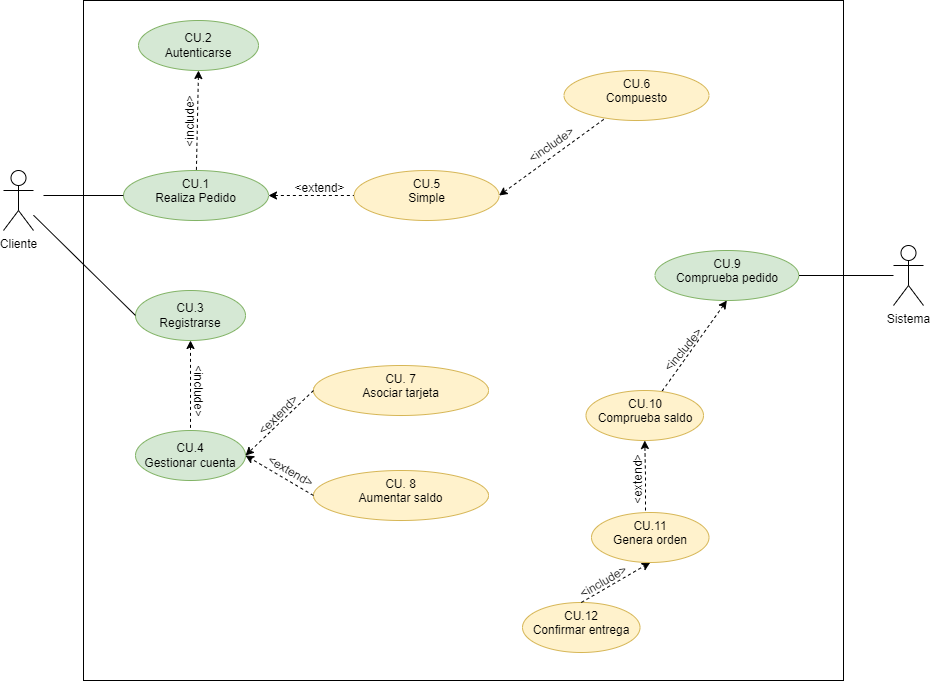
Above: Tareas/casosUso/Tarea5-Tienda Virtual/img/TiendaVirtual.drawio.png in colidom/ets (draw.io), before the change. Source tidied: cells renumbered, new cells last; positions are measured from the earlier drawing's top-left corner, leaving out a move shared by most shapes.
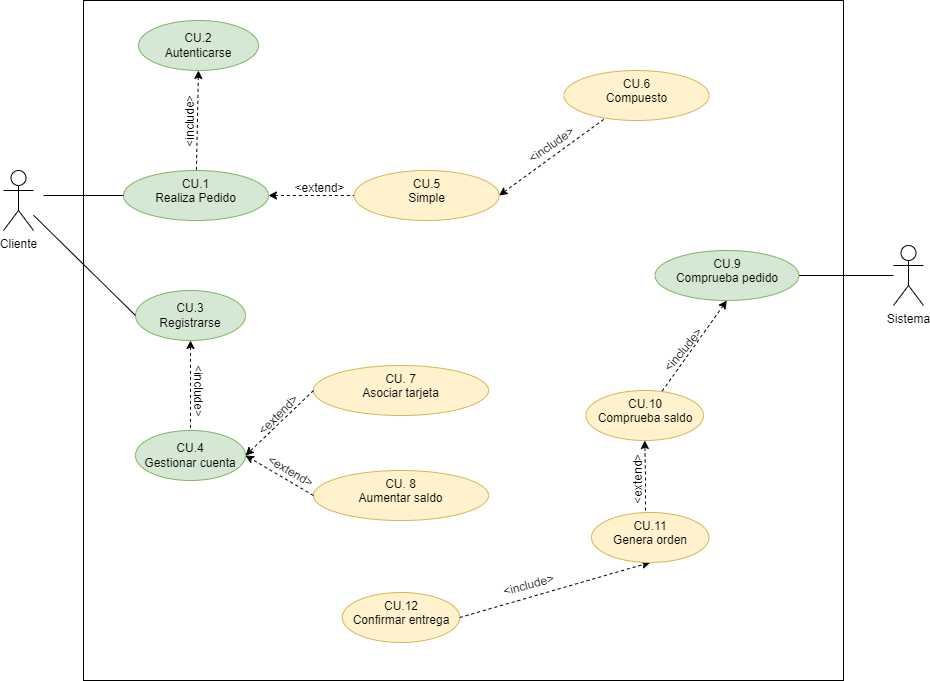
After the change.

Change to the diagram source:
```diff
@@ -94,9 +94,9 @@
       <mxGeometry x="582.5" y="390" width="117.5" height="50" as="geometry" />
     </mxCell>
     <mxCell id="31" value="&lt;div&gt;CU.12&lt;/div&gt;&lt;div&gt;Confirmar entrega&lt;br&gt;&lt;/div&gt;" style="ellipse;whiteSpace=wrap;html=1;verticalAlign=top;fillColor=#fff2cc;strokeColor=#d6b656;" parent="1" vertex="1">
-      <mxGeometry x="519" y="602" width="117.5" height="50" as="geometry" />
+      <mxGeometry x="338.8" y="592" width="117.5" height="50" as="geometry" />
     </mxCell>
-    <mxCell id="32" style="endArrow=classic;html=1;rounded=0;exitX=0.5;exitY=0;exitDx=0;exitDy=0;dashed=1;entryX=0.5;entryY=1;entryDx=0;entryDy=0;" parent="1" edge="1" source="31" target="34">
+    <mxCell id="32" style="endArrow=classic;html=1;rounded=0;dashed=1;entryX=0.5;entryY=1;entryDx=0;entryDy=0;exitX=1;exitY=0.5;exitDx=0;exitDy=0;" parent="1" edge="1" source="31" target="34">
       <mxGeometry relative="1" as="geometry" />
     </mxCell>
     <mxCell id="33" value="&amp;lt;include&amp;gt;" style="text;html=1;align=center;verticalAlign=middle;strokeColor=none;fillColor=none;rotation=-50;" parent="1" vertex="1">
@@ -116,8 +116,8 @@
     <mxCell id="37" value="&amp;lt;extend&amp;gt;" style="text;html=1;align=center;verticalAlign=middle;strokeColor=none;fillColor=none;rotation=-90;" parent="1" vertex="1">
       <mxGeometry x="600" y="464" width="70" height="30" as="geometry" />
     </mxCell>
-    <mxCell id="38" value="&amp;lt;include&amp;gt;" style="text;html=1;align=center;verticalAlign=middle;strokeColor=none;fillColor=none;rotation=-30;" parent="1" vertex="1">
-      <mxGeometry x="559.5" y="567" width="80" height="30" as="geometry" />
+    <mxCell id="38" value="&amp;lt;include&amp;gt;" style="text;html=1;align=center;verticalAlign=middle;strokeColor=none;fillColor=none;rotation=-15;" parent="1" vertex="1">
+      <mxGeometry x="485" y="570" width="80" height="30" as="geometry" />
     </mxCell>
   </root>
 </mxGraphModel>
```
